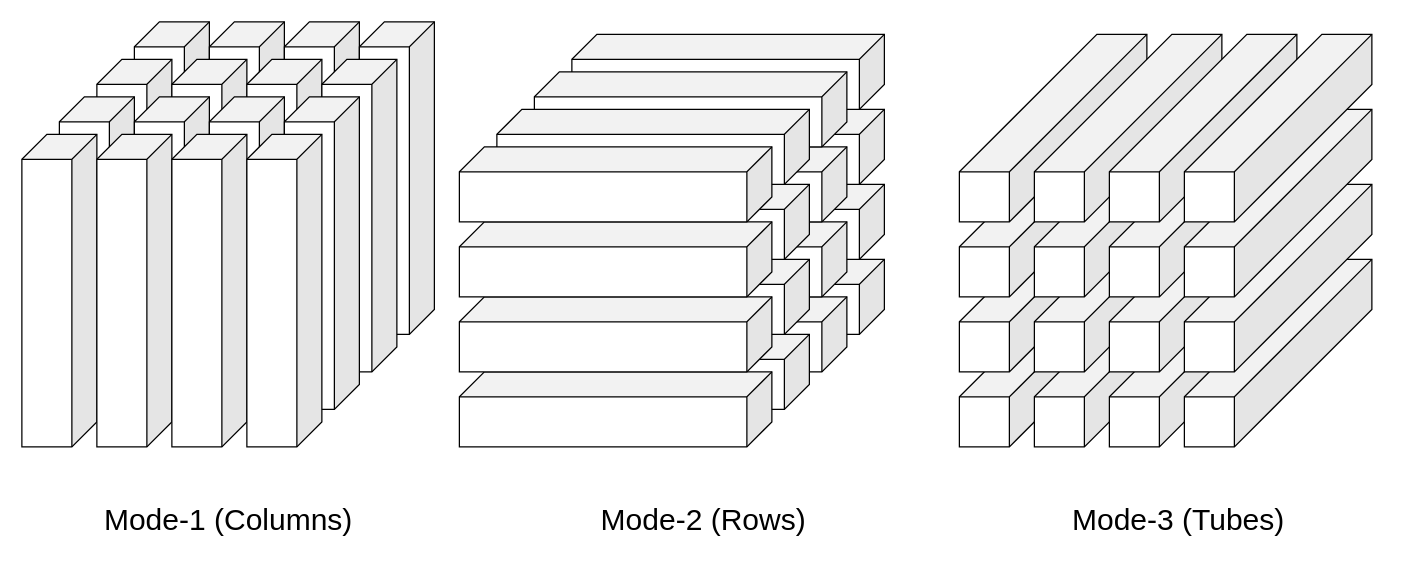
The draw.io diagram images/tensor_fibers.drawio in sjpollard/egocentric-compressed-learning, before the edit. Source tidied: cells renumbered, new cells numbered last; positions are measured from the earlier drawing's top-left corner, leaving out a move shared by most shapes. Both pictures are drawn from the tidied source at 125%, with x=0, y=0 at pixel (21, 21).
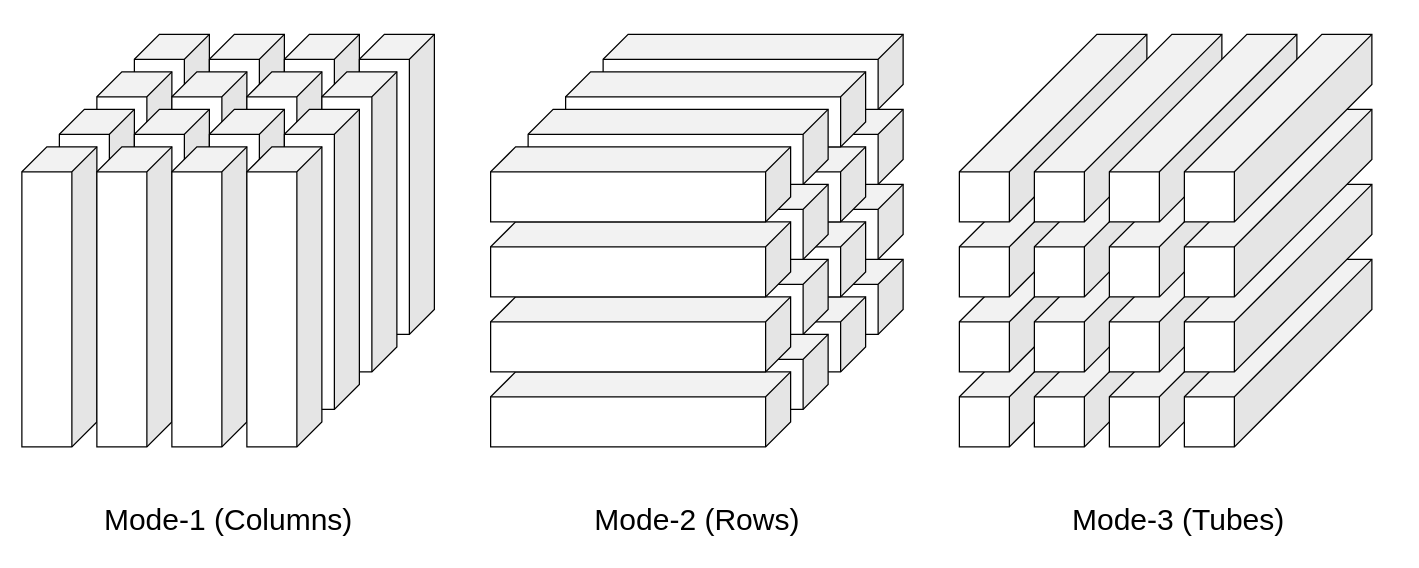
Above is the later version.

Commit message (it also covers changes not shown here):
Updated fiber image to be evenly spaced etc.

What changed in the source:
```diff
@@
+    <mxCell id="60" style="group;" parent="1" vertex="1">
+      <mxGeometry y="10" width="330" height="409" as="geometry" />
+    </mxCell>
-    <mxCell id="2" value="&lt;font style=&quot;font-size: 24px;&quot;&gt;Mode-1 (Columns)&lt;/font&gt;" style="text;html=1;align=center;verticalAlign=middle;strokeColor=none;fillColor=none;" parent="1" vertex="1">
-      <mxGeometry x="55" y="379" width="220" height="40" as="geometry" />
+    <mxCell id="2" value="&lt;font style=&quot;font-size: 24px;&quot;&gt;Mode-1 (Columns)&lt;/font&gt;" style="text;html=1;align=center;verticalAlign=middle;strokeColor=none;fillColor=none;" parent="60" vertex="1">
+      <mxGeometry x="55" y="369" width="220" height="40" as="geometry" />
     </mxCell>
-    <mxCell id="3" value="&lt;font style=&quot;font-size: 24px;&quot;&gt;Mode-2 (Rows)&lt;/font&gt;" style="text;html=1;align=center;verticalAlign=middle;strokeColor=none;fillColor=none;" parent="1" vertex="1">
-      <mxGeometry x="450" y="379" width="190" height="40" as="geometry" />
-    </mxCell>
-    <mxCell id="4" value="&lt;font style=&quot;font-size: 24px;&quot;&gt;Mode-3 (Tubes)&lt;/font&gt;" style="text;html=1;align=center;verticalAlign=middle;strokeColor=none;fillColor=none;" parent="1" vertex="1">
-      <mxGeometry x="830" y="379" width="190" height="40" as="geometry" />
-    </mxCell>
-    <mxCell id="5" style="group;" parent="1" vertex="1">
-      <mxGeometry width="330" height="340" as="geometry" />
-    </mxCell>
+    <mxCell id="61" style="group;" parent="60" vertex="1">
+      <mxGeometry width="330" height="330" as="geometry" />
+    </mxCell>
-    <mxCell id="6" style="shape=cube;whiteSpace=wrap;html=1;boundedLbl=1;backgroundOutline=1;darkOpacity=0.05;darkOpacity2=0.1;flipV=0;flipH=1;" parent="5" vertex="1">
-      <mxGeometry x="90" width="60" height="250" as="geometry" />
+    <mxCell id="6" style="shape=cube;whiteSpace=wrap;html=1;boundedLbl=1;backgroundOutline=1;darkOpacity=0.05;darkOpacity2=0.1;flipV=0;flipH=1;" parent="61" vertex="1">
+      <mxGeometry x="90" width="60" height="240" as="geometry" />
     </mxCell>
-    <mxCell id="7" style="shape=cube;whiteSpace=wrap;html=1;boundedLbl=1;backgroundOutline=1;darkOpacity=0.05;darkOpacity2=0.1;flipV=0;flipH=1;" parent="5" vertex="1">
-      <mxGeometry x="150" width="60" height="250" as="geometry" />
+    <mxCell id="7" style="shape=cube;whiteSpace=wrap;html=1;boundedLbl=1;backgroundOutline=1;darkOpacity=0.05;darkOpacity2=0.1;flipV=0;flipH=1;" parent="61" vertex="1">
+      <mxGeometry x="150" width="60" height="240" as="geometry" />
     </mxCell>
-    <mxCell id="8" style="shape=cube;whiteSpace=wrap;html=1;boundedLbl=1;backgroundOutline=1;darkOpacity=0.05;darkOpacity2=0.1;flipV=0;flipH=1;" parent="5" vertex="1">
-      <mxGeometry x="60" y="30" width="60" height="250" as="geometry" />
+    <mxCell id="8" style="shape=cube;whiteSpace=wrap;html=1;boundedLbl=1;backgroundOutline=1;darkOpacity=0.05;darkOpacity2=0.1;flipV=0;flipH=1;" parent="61" vertex="1">
+      <mxGeometry x="60" y="30" width="60" height="240" as="geometry" />
     </mxCell>
-    <mxCell id="9" style="shape=cube;whiteSpace=wrap;html=1;boundedLbl=1;backgroundOutline=1;darkOpacity=0.05;darkOpacity2=0.1;flipV=0;flipH=1;" parent="5" vertex="1">
-      <mxGeometry x="120" y="30" width="60" height="250" as="geometry" />
+    <mxCell id="9" style="shape=cube;whiteSpace=wrap;html=1;boundedLbl=1;backgroundOutline=1;darkOpacity=0.05;darkOpacity2=0.1;flipV=0;flipH=1;" parent="61" vertex="1">
+      <mxGeometry x="120" y="30" width="60" height="240" as="geometry" />
     </mxCell>
-    <mxCell id="10" style="shape=cube;whiteSpace=wrap;html=1;boundedLbl=1;backgroundOutline=1;darkOpacity=0.05;darkOpacity2=0.1;flipV=0;flipH=1;" parent="5" vertex="1">
-      <mxGeometry x="210" width="60" height="250" as="geometry" />
+    <mxCell id="10" style="shape=cube;whiteSpace=wrap;html=1;boundedLbl=1;backgroundOutline=1;darkOpacity=0.05;darkOpacity2=0.1;flipV=0;flipH=1;" parent="61" vertex="1">
+      <mxGeometry x="210" width="60" height="240" as="geometry" />
     </mxCell>
-    <mxCell id="11" style="shape=cube;whiteSpace=wrap;html=1;boundedLbl=1;backgroundOutline=1;darkOpacity=0.05;darkOpacity2=0.1;flipV=0;flipH=1;" parent="5" vertex="1">
-      <mxGeometry x="270" width="60" height="250" as="geometry" />
+    <mxCell id="11" style="shape=cube;whiteSpace=wrap;html=1;boundedLbl=1;backgroundOutline=1;darkOpacity=0.05;darkOpacity2=0.1;flipV=0;flipH=1;" parent="61" vertex="1">
+      <mxGeometry x="270" width="60" height="240" as="geometry" />
     </mxCell>
-    <mxCell id="12" style="shape=cube;whiteSpace=wrap;html=1;boundedLbl=1;backgroundOutline=1;darkOpacity=0.05;darkOpacity2=0.1;flipV=0;flipH=1;" parent="5" vertex="1">
-      <mxGeometry x="180" y="30" width="60" height="250" as="geometry" />
+    <mxCell id="12" style="shape=cube;whiteSpace=wrap;html=1;boundedLbl=1;backgroundOutline=1;darkOpacity=0.05;darkOpacity2=0.1;flipV=0;flipH=1;" parent="61" vertex="1">
+      <mxGeometry x="180" y="30" width="60" height="240" as="geometry" />
     </mxCell>
-    <mxCell id="13" style="shape=cube;whiteSpace=wrap;html=1;boundedLbl=1;backgroundOutline=1;darkOpacity=0.05;darkOpacity2=0.1;flipV=0;flipH=1;" parent="5" vertex="1">
-      <mxGeometry x="240" y="30" width="60" height="250" as="geometry" />
+    <mxCell id="13" style="shape=cube;whiteSpace=wrap;html=1;boundedLbl=1;backgroundOutline=1;darkOpacity=0.05;darkOpacity2=0.1;flipV=0;flipH=1;" parent="61" vertex="1">
+      <mxGeometry x="240" y="30" width="60" height="240" as="geometry" />
     </mxCell>
-    <mxCell id="14" style="shape=cube;whiteSpace=wrap;html=1;boundedLbl=1;backgroundOutline=1;darkOpacity=0.05;darkOpacity2=0.1;flipV=0;flipH=1;" parent="5" vertex="1">
-      <mxGeometry x="30" y="60" width="60" height="250" as="geometry" />
+    <mxCell id="14" style="shape=cube;whiteSpace=wrap;html=1;boundedLbl=1;backgroundOutline=1;darkOpacity=0.05;darkOpacity2=0.1;flipV=0;flipH=1;" parent="61" vertex="1">
+      <mxGeometry x="30" y="60" width="60" height="240" as="geometry" />
     </mxCell>
-    <mxCell id="15" style="shape=cube;whiteSpace=wrap;html=1;boundedLbl=1;backgroundOutline=1;darkOpacity=0.05;darkOpacity2=0.1;flipV=0;flipH=1;" parent="5" vertex="1">
-      <mxGeometry x="90" y="60" width="60" height="250" as="geometry" />
+    <mxCell id="15" style="shape=cube;whiteSpace=wrap;html=1;boundedLbl=1;backgroundOutline=1;darkOpacity=0.05;darkOpacity2=0.1;flipV=0;flipH=1;" parent="61" vertex="1">
+      <mxGeometry x="90" y="60" width="60" height="240" as="geometry" />
     </mxCell>
-    <mxCell id="16" style="shape=cube;whiteSpace=wrap;html=1;boundedLbl=1;backgroundOutline=1;darkOpacity=0.05;darkOpacity2=0.1;flipV=0;flipH=1;" parent="5" vertex="1">
-      <mxGeometry y="90" width="60" height="250" as="geometry" />
+    <mxCell id="16" style="shape=cube;whiteSpace=wrap;html=1;boundedLbl=1;backgroundOutline=1;darkOpacity=0.05;darkOpacity2=0.1;flipV=0;flipH=1;" parent="61" vertex="1">
+      <mxGeometry y="90" width="60" height="240" as="geometry" />
     </mxCell>
-    <mxCell id="17" style="shape=cube;whiteSpace=wrap;html=1;boundedLbl=1;backgroundOutline=1;darkOpacity=0.05;darkOpacity2=0.1;flipV=0;flipH=1;" parent="5" vertex="1">
-      <mxGeometry x="60" y="90" width="60" height="250" as="geometry" />
+    <mxCell id="17" style="shape=cube;whiteSpace=wrap;html=1;boundedLbl=1;backgroundOutline=1;darkOpacity=0.05;darkOpacity2=0.1;flipV=0;flipH=1;" parent="61" vertex="1">
+      <mxGeometry x="60" y="90" width="60" height="240" as="geometry" />
     </mxCell>
-    <mxCell id="18" style="shape=cube;whiteSpace=wrap;html=1;boundedLbl=1;backgroundOutline=1;darkOpacity=0.05;darkOpacity2=0.1;flipV=0;flipH=1;" parent="5" vertex="1">
-      <mxGeometry x="150" y="60" width="60" height="250" as="geometry" />
+    <mxCell id="18" style="shape=cube;whiteSpace=wrap;html=1;boundedLbl=1;backgroundOutline=1;darkOpacity=0.05;darkOpacity2=0.1;flipV=0;flipH=1;" parent="61" vertex="1">
+      <mxGeometry x="150" y="60" width="60" height="240" as="geometry" />
     </mxCell>
-    <mxCell id="19" style="shape=cube;whiteSpace=wrap;html=1;boundedLbl=1;backgroundOutline=1;darkOpacity=0.05;darkOpacity2=0.1;flipV=0;flipH=1;" parent="5" vertex="1">
-      <mxGeometry x="210" y="60" width="60" height="250" as="geometry" />
+    <mxCell id="19" style="shape=cube;whiteSpace=wrap;html=1;boundedLbl=1;backgroundOutline=1;darkOpacity=0.05;darkOpacity2=0.1;flipV=0;flipH=1;" parent="61" vertex="1">
+      <mxGeometry x="210" y="60" width="60" height="240" as="geometry" />
     </mxCell>
-    <mxCell id="20" style="shape=cube;whiteSpace=wrap;html=1;boundedLbl=1;backgroundOutline=1;darkOpacity=0.05;darkOpacity2=0.1;flipV=0;flipH=1;" parent="5" vertex="1">
-      <mxGeometry x="120" y="90" width="60" height="250" as="geometry" />
+    <mxCell id="20" style="shape=cube;whiteSpace=wrap;html=1;boundedLbl=1;backgroundOutline=1;darkOpacity=0.05;darkOpacity2=0.1;flipV=0;flipH=1;" parent="61" vertex="1">
+      <mxGeometry x="120" y="90" width="60" height="240" as="geometry" />
     </mxCell>
-    <mxCell id="21" style="shape=cube;whiteSpace=wrap;html=1;boundedLbl=1;backgroundOutline=1;darkOpacity=0.05;darkOpacity2=0.1;flipV=0;flipH=1;" parent="5" vertex="1">
-      <mxGeometry x="180" y="90" width="60" height="250" as="geometry" />
+    <mxCell id="21" style="shape=cube;whiteSpace=wrap;html=1;boundedLbl=1;backgroundOutline=1;darkOpacity=0.05;darkOpacity2=0.1;flipV=0;flipH=1;" parent="61" vertex="1">
+      <mxGeometry x="180" y="90" width="60" height="240" as="geometry" />
     </mxCell>
-    <mxCell id="22" style="group;" parent="1" vertex="1">
-      <mxGeometry x="350" y="10" width="390" height="330" as="geometry" />
-    </mxCell>
+    <mxCell id="62" style="group;" parent="1" vertex="1">
+      <mxGeometry x="375" y="10" width="330" height="409" as="geometry" />
+    </mxCell>
+    <mxCell id="3" value="&lt;font style=&quot;font-size: 24px;&quot;&gt;Mode-2 (Rows)&lt;/font&gt;" style="text;html=1;align=center;verticalAlign=middle;strokeColor=none;fillColor=none;" parent="62" vertex="1">
+      <mxGeometry x="70" y="369" width="190" height="40" as="geometry" />
+    </mxCell>
+    <mxCell id="63" style="group;" parent="62" vertex="1">
+      <mxGeometry width="330" height="330" as="geometry" />
+    </mxCell>
-    <mxCell id="23" style="shape=cube;whiteSpace=wrap;html=1;boundedLbl=1;backgroundOutline=1;darkOpacity=0.05;darkOpacity2=0.1;flipH=1;" parent="22" vertex="1">
-      <mxGeometry x="90" y="180" width="250" height="60" as="geometry" />
+    <mxCell id="23" style="shape=cube;whiteSpace=wrap;html=1;boundedLbl=1;backgroundOutline=1;darkOpacity=0.05;darkOpacity2=0.1;flipH=1;" parent="63" vertex="1">
+      <mxGeometry x="90" y="180" width="240" height="60" as="geometry" />
     </mxCell>
-    <mxCell id="24" style="shape=cube;whiteSpace=wrap;html=1;boundedLbl=1;backgroundOutline=1;darkOpacity=0.05;darkOpacity2=0.1;flipH=1;" parent="22" vertex="1">
-      <mxGeometry x="90" y="120" width="250" height="60" as="geometry" />
+    <mxCell id="24" style="shape=cube;whiteSpace=wrap;html=1;boundedLbl=1;backgroundOutline=1;darkOpacity=0.05;darkOpacity2=0.1;flipH=1;" parent="63" vertex="1">
+      <mxGeometry x="90" y="120" width="240" height="60" as="geometry" />
     </mxCell>
-    <mxCell id="25" style="shape=cube;whiteSpace=wrap;html=1;boundedLbl=1;backgroundOutline=1;darkOpacity=0.05;darkOpacity2=0.1;flipH=1;" parent="22" vertex="1">
-      <mxGeometry x="60" y="210" width="250" height="60" as="geometry" />
+    <mxCell id="25" style="shape=cube;whiteSpace=wrap;html=1;boundedLbl=1;backgroundOutline=1;darkOpacity=0.05;darkOpacity2=0.1;flipH=1;" parent="63" vertex="1">
+      <mxGeometry x="60" y="210" width="240" height="60" as="geometry" />
     </mxCell>
-    <mxCell id="26" style="shape=cube;whiteSpace=wrap;html=1;boundedLbl=1;backgroundOutline=1;darkOpacity=0.05;darkOpacity2=0.1;flipH=1;" parent="22" vertex="1">
-      <mxGeometry x="60" y="150" width="250" height="60" as="geometry" />
+    <mxCell id="26" style="shape=cube;whiteSpace=wrap;html=1;boundedLbl=1;backgroundOutline=1;darkOpacity=0.05;darkOpacity2=0.1;flipH=1;" parent="63" vertex="1">
+      <mxGeometry x="60" y="150" width="240" height="60" as="geometry" />
     </mxCell>
-    <mxCell id="27" style="shape=cube;whiteSpace=wrap;html=1;boundedLbl=1;backgroundOutline=1;darkOpacity=0.05;darkOpacity2=0.1;flipH=1;" parent="22" vertex="1">
-      <mxGeometry x="90" y="60" width="250" height="60" as="geometry" />
+    <mxCell id="27" style="shape=cube;whiteSpace=wrap;html=1;boundedLbl=1;backgroundOutline=1;darkOpacity=0.05;darkOpacity2=0.1;flipH=1;" parent="63" vertex="1">
+      <mxGeometry x="90" y="60" width="240" height="60" as="geometry" />
     </mxCell>
-    <mxCell id="28" style="shape=cube;whiteSpace=wrap;html=1;boundedLbl=1;backgroundOutline=1;darkOpacity=0.05;darkOpacity2=0.1;flipH=1;" parent="22" vertex="1">
-      <mxGeometry x="90" width="250" height="60" as="geometry" />
+    <mxCell id="28" style="shape=cube;whiteSpace=wrap;html=1;boundedLbl=1;backgroundOutline=1;darkOpacity=0.05;darkOpacity2=0.1;flipH=1;" parent="63" vertex="1">
+      <mxGeometry x="90" width="240" height="60" as="geometry" />
     </mxCell>
-    <mxCell id="29" style="shape=cube;whiteSpace=wrap;html=1;boundedLbl=1;backgroundOutline=1;darkOpacity=0.05;darkOpacity2=0.1;flipH=1;" parent="22" vertex="1">
-      <mxGeometry x="60" y="90" width="250" height="60" as="geometry" />
+    <mxCell id="29" style="shape=cube;whiteSpace=wrap;html=1;boundedLbl=1;backgroundOutline=1;darkOpacity=0.05;darkOpacity2=0.1;flipH=1;" parent="63" vertex="1">
+      <mxGeometry x="60" y="90" width="240" height="60" as="geometry" />
     </mxCell>
-    <mxCell id="30" style="shape=cube;whiteSpace=wrap;html=1;boundedLbl=1;backgroundOutline=1;darkOpacity=0.05;darkOpacity2=0.1;flipH=1;" parent="22" vertex="1">
-      <mxGeometry x="60" y="30" width="250" height="60" as="geometry" />
+    <mxCell id="30" style="shape=cube;whiteSpace=wrap;html=1;boundedLbl=1;backgroundOutline=1;darkOpacity=0.05;darkOpacity2=0.1;flipH=1;" parent="63" vertex="1">
+      <mxGeometry x="60" y="30" width="240" height="60" as="geometry" />
     </mxCell>
-    <mxCell id="31" style="shape=cube;whiteSpace=wrap;html=1;boundedLbl=1;backgroundOutline=1;darkOpacity=0.05;darkOpacity2=0.1;flipH=1;" parent="22" vertex="1">
-      <mxGeometry x="30" y="240" width="250" height="60" as="geometry" />
+    <mxCell id="31" style="shape=cube;whiteSpace=wrap;html=1;boundedLbl=1;backgroundOutline=1;darkOpacity=0.05;darkOpacity2=0.1;flipH=1;" parent="63" vertex="1">
+      <mxGeometry x="30" y="240" width="240" height="60" as="geometry" />
     </mxCell>
-    <mxCell id="32" style="shape=cube;whiteSpace=wrap;html=1;boundedLbl=1;backgroundOutline=1;darkOpacity=0.05;darkOpacity2=0.1;flipH=1;" parent="22" vertex="1">
-      <mxGeometry x="30" y="180" width="250" height="60" as="geometry" />
+    <mxCell id="32" style="shape=cube;whiteSpace=wrap;html=1;boundedLbl=1;backgroundOutline=1;darkOpacity=0.05;darkOpacity2=0.1;flipH=1;" parent="63" vertex="1">
+      <mxGeometry x="30" y="180" width="240" height="60" as="geometry" />
     </mxCell>
-    <mxCell id="33" style="shape=cube;whiteSpace=wrap;html=1;boundedLbl=1;backgroundOutline=1;darkOpacity=0.05;darkOpacity2=0.1;flipH=1;" parent="22" vertex="1">
-      <mxGeometry y="270" width="250" height="60" as="geometry" />
+    <mxCell id="33" style="shape=cube;whiteSpace=wrap;html=1;boundedLbl=1;backgroundOutline=1;darkOpacity=0.05;darkOpacity2=0.1;flipH=1;" parent="63" vertex="1">
+      <mxGeometry y="270" width="240" height="60" as="geometry" />
     </mxCell>
-    <mxCell id="34" style="shape=cube;whiteSpace=wrap;html=1;boundedLbl=1;backgroundOutline=1;darkOpacity=0.05;darkOpacity2=0.1;flipH=1;" parent="22" vertex="1">
-      <mxGeometry y="210" width="250" height="60" as="geometry" />
+    <mxCell id="34" style="shape=cube;whiteSpace=wrap;html=1;boundedLbl=1;backgroundOutline=1;darkOpacity=0.05;darkOpacity2=0.1;flipH=1;" parent="63" vertex="1">
+      <mxGeometry y="210" width="240" height="60" as="geometry" />
     </mxCell>
-    <mxCell id="35" style="shape=cube;whiteSpace=wrap;html=1;boundedLbl=1;backgroundOutline=1;darkOpacity=0.05;darkOpacity2=0.1;flipH=1;" parent="22" vertex="1">
-      <mxGeometry x="30" y="120" width="250" height="60" as="geometry" />
+    <mxCell id="35" style="shape=cube;whiteSpace=wrap;html=1;boundedLbl=1;backgroundOutline=1;darkOpacity=0.05;darkOpacity2=0.1;flipH=1;" parent="63" vertex="1">
+      <mxGeometry x="30" y="120" width="240" height="60" as="geometry" />
     </mxCell>
-    <mxCell id="36" style="shape=cube;whiteSpace=wrap;html=1;boundedLbl=1;backgroundOutline=1;darkOpacity=0.05;darkOpacity2=0.1;flipH=1;" parent="22" vertex="1">
-      <mxGeometry x="30" y="60" width="250" height="60" as="geometry" />
+    <mxCell id="36" style="shape=cube;whiteSpace=wrap;html=1;boundedLbl=1;backgroundOutline=1;darkOpacity=0.05;darkOpacity2=0.1;flipH=1;" parent="63" vertex="1">
+      <mxGeometry x="30" y="60" width="240" height="60" as="geometry" />
     </mxCell>
-    <mxCell id="37" style="shape=cube;whiteSpace=wrap;html=1;boundedLbl=1;backgroundOutline=1;darkOpacity=0.05;darkOpacity2=0.1;flipH=1;" parent="22" vertex="1">
-      <mxGeometry y="150" width="250" height="60" as="geometry" />
+    <mxCell id="37" style="shape=cube;whiteSpace=wrap;html=1;boundedLbl=1;backgroundOutline=1;darkOpacity=0.05;darkOpacity2=0.1;flipH=1;" parent="63" vertex="1">
+      <mxGeometry y="150" width="240" height="60" as="geometry" />
     </mxCell>
-    <mxCell id="38" style="shape=cube;whiteSpace=wrap;html=1;boundedLbl=1;backgroundOutline=1;darkOpacity=0.05;darkOpacity2=0.1;flipH=1;" parent="22" vertex="1">
-      <mxGeometry y="90" width="250" height="60" as="geometry" />
+    <mxCell id="38" style="shape=cube;whiteSpace=wrap;html=1;boundedLbl=1;backgroundOutline=1;darkOpacity=0.05;darkOpacity2=0.1;flipH=1;" parent="63" vertex="1">
+      <mxGeometry y="90" width="240" height="60" as="geometry" />
     </mxCell>
+    <mxCell id="64" style="group;" parent="1" vertex="1">
+      <mxGeometry x="750" y="10" width="350" height="409" as="geometry" />
+    </mxCell>
+    <mxCell id="4" value="&lt;font style=&quot;font-size: 24px;&quot;&gt;Mode-3 (Tubes)&lt;/font&gt;" style="text;html=1;align=center;verticalAlign=middle;strokeColor=none;fillColor=none;" parent="64" vertex="1">
+      <mxGeometry x="80" y="369" width="190" height="40" as="geometry" />
+    </mxCell>
-    <mxCell id="39" style="group;" parent="1" vertex="1">
-      <mxGeometry x="750" y="10" width="350" height="330" as="geometry" />
+    <mxCell id="39" style="group;" parent="64" vertex="1">
+      <mxGeometry width="350" height="330" as="geometry" />
     </mxCell>
```
